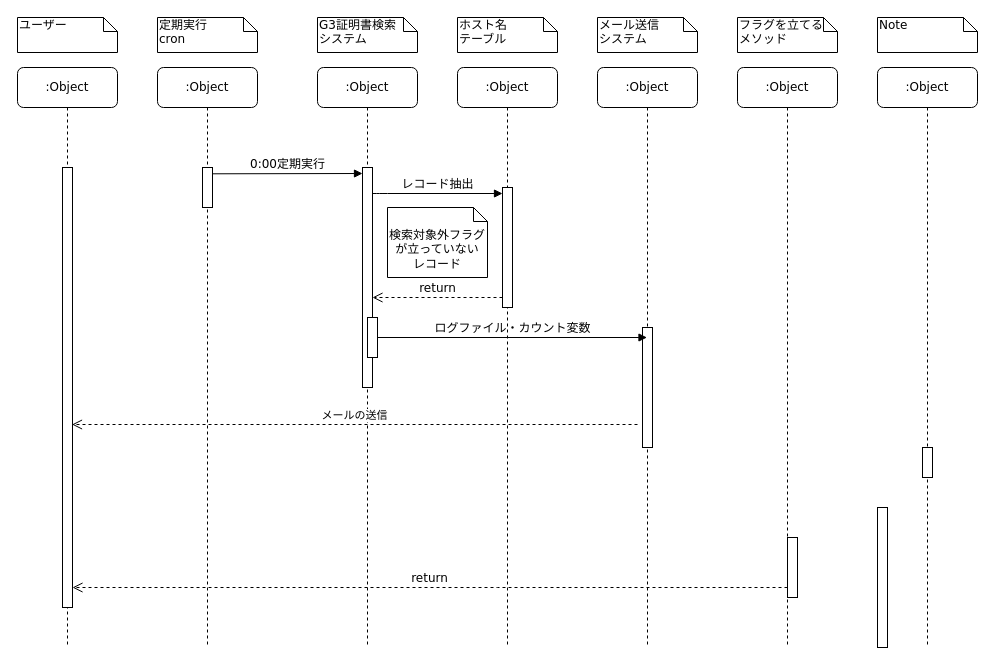
The draw.io diagram sequenceDiagram.drawio in r-asano/kaihatsubuKenshu, before the edit. Source tidied: cells renumbered, new cells numbered last; positions are measured from the earlier drawing's top-left corner, leaving out a move shared by most shapes. Both pictures are drawn from the tidied source at 100%, with x=0, y=0 at pixel (17, 17).
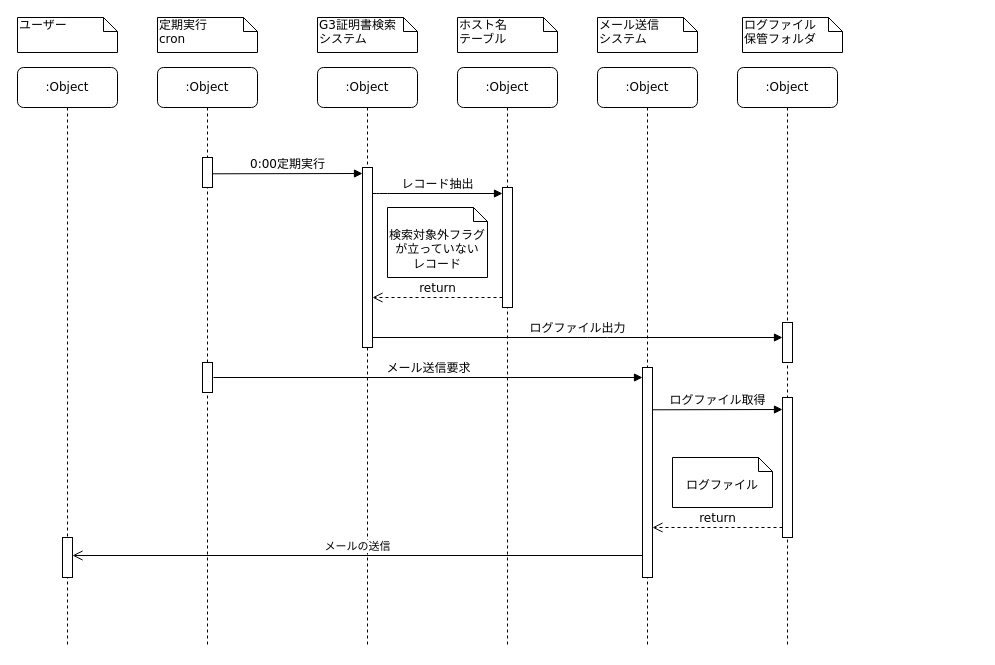
The same page after the edit.

The change refers to these unchanged cells:
```xml
<mxCell id="2" value=":Object" style="shape=umlLifeline;perimeter=lifelinePerimeter;whiteSpace=wrap;html=1;rounded=1;shadow=0;comic=0;labelBackgroundColor=none;strokeWidth=1;fontFamily=Verdana;fontSize=12;align=center;" parent="1" vertex="1">
  <mxGeometry x="140" y="50" width="100" height="580" as="geometry" />
</mxCell>
<mxCell id="4" value=":Object" style="shape=umlLifeline;perimeter=lifelinePerimeter;whiteSpace=wrap;html=1;rounded=1;shadow=0;comic=0;labelBackgroundColor=none;strokeWidth=1;fontFamily=Verdana;fontSize=12;align=center;" parent="1" vertex="1">
  <mxGeometry x="300" y="50" width="100" height="580" as="geometry" />
</mxCell>
<mxCell id="8" value=":Object" style="shape=umlLifeline;perimeter=lifelinePerimeter;whiteSpace=wrap;html=1;rounded=1;shadow=0;comic=0;labelBackgroundColor=none;strokeWidth=1;fontFamily=Verdana;fontSize=12;align=center;" parent="1" vertex="1">
  <mxGeometry x="720" y="50" width="100" height="580" as="geometry" />
</mxCell>
<mxCell id="10" value=":Object" style="shape=umlLifeline;perimeter=lifelinePerimeter;whiteSpace=wrap;html=1;rounded=1;shadow=0;comic=0;labelBackgroundColor=none;strokeWidth=1;fontFamily=Verdana;fontSize=12;align=center;" parent="1" vertex="1">
  <mxGeometry y="50" width="100" height="580" as="geometry" />
</mxCell>
```

Change to the diagram source:
```diff
@@
     <mxCell id="3" style="html=1;perimeter=orthogonalPerimeter;rounded=0;shadow=0;comic=0;labelBackgroundColor=none;strokeWidth=1;fontFamily=Verdana;fontSize=12;align=center;" parent="2" vertex="1">
-      <mxGeometry x="45" y="100" width="10" height="40" as="geometry" />
+      <mxGeometry x="45" y="90" width="10" height="30" as="geometry" />
     </mxCell>
+    <mxCell id="21" style="html=1;perimeter=orthogonalPerimeter;rounded=0;shadow=0;comic=0;labelBackgroundColor=none;strokeWidth=1;fontFamily=Verdana;fontSize=12;align=center;" parent="2" vertex="1">
+      <mxGeometry x="45" y="295" width="10" height="30" as="geometry" />
+    </mxCell>
@@
     <mxCell id="5" style="html=1;points=[];perimeter=orthogonalPerimeter;rounded=0;shadow=0;comic=0;labelBackgroundColor=none;strokeWidth=1;fontFamily=Verdana;fontSize=12;align=center;" parent="4" vertex="1">
-      <mxGeometry x="45" y="100" width="10" height="220" as="geometry" />
+      <mxGeometry x="45" y="100" width="10" height="180" as="geometry" />
     </mxCell>
@@
-    <mxCell id="9" value=":Object" style="shape=umlLifeline;perimeter=lifelinePerimeter;whiteSpace=wrap;html=1;rounded=1;shadow=0;comic=0;labelBackgroundColor=none;strokeWidth=1;fontFamily=Verdana;fontSize=12;align=center;" parent="1" vertex="1">
-      <mxGeometry x="860" y="50" width="100" height="580" as="geometry" />
-    </mxCell>
+    <mxCell id="32" style="html=1;points=[];perimeter=orthogonalPerimeter;rounded=0;shadow=0;comic=0;labelBackgroundColor=none;strokeWidth=1;fontFamily=Verdana;fontSize=12;align=center;" parent="8" vertex="1">
+      <mxGeometry x="45" y="255" width="10" height="40" as="geometry" />
+    </mxCell>
+    <mxCell id="33" style="html=1;points=[];perimeter=orthogonalPerimeter;rounded=0;shadow=0;comic=0;labelBackgroundColor=none;strokeWidth=1;fontFamily=Verdana;fontSize=12;align=center;" parent="8" vertex="1">
+      <mxGeometry x="45" y="330" width="10" height="140" as="geometry" />
+    </mxCell>
@@
     <mxCell id="11" style="html=1;points=[];perimeter=orthogonalPerimeter;rounded=0;shadow=0;comic=0;labelBackgroundColor=none;strokeWidth=1;fontFamily=Verdana;fontSize=12;align=center;" parent="10" vertex="1">
-      <mxGeometry x="45" y="100" width="10" height="440" as="geometry" />
+      <mxGeometry x="45" y="470" width="10" height="40" as="geometry" />
     </mxCell>
@@
     <mxCell id="14" style="html=1;points=[];perimeter=orthogonalPerimeter;rounded=0;shadow=0;comic=0;labelBackgroundColor=none;strokeWidth=1;fontFamily=Verdana;fontSize=12;align=center;" parent="1" vertex="1">
-      <mxGeometry x="625" y="310" width="10" height="120" as="geometry" />
+      <mxGeometry x="625" y="350" width="10" height="210" as="geometry" />
     </mxCell>
@@
-    <mxCell id="16" style="html=1;perimeter=orthogonalPerimeter;rounded=0;shadow=0;comic=0;labelBackgroundColor=none;strokeWidth=1;fontFamily=Verdana;fontSize=12;align=center;" parent="1" vertex="1">
-      <mxGeometry x="860" y="490" width="10" height="140" as="geometry" />
-    </mxCell>
-    <mxCell id="17" style="html=1;perimeter=orthogonalPerimeter;rounded=0;shadow=0;comic=0;labelBackgroundColor=none;strokeColor=#000000;strokeWidth=1;fillColor=#FFFFFF;fontFamily=Verdana;fontSize=12;fontColor=#000000;align=center;" parent="1" vertex="1">
-      <mxGeometry x="905" y="430" width="10" height="30" as="geometry" />
-    </mxCell>
-    <mxCell id="18" style="html=1;points=[];perimeter=orthogonalPerimeter;rounded=0;shadow=0;comic=0;labelBackgroundColor=none;strokeWidth=1;fontFamily=Verdana;fontSize=12;align=center;" parent="1" vertex="1">
-      <mxGeometry x="770" y="520" width="10" height="60" as="geometry" />
-    </mxCell>
-    <mxCell id="19" value="return" style="html=1;verticalAlign=bottom;endArrow=open;dashed=1;endSize=8;labelBackgroundColor=none;fontFamily=Verdana;fontSize=12;edgeStyle=elbowEdgeStyle;elbow=vertical;" parent="1" edge="1" source="18" target="11">
-      <mxGeometry relative="1" as="geometry">
-        <Array as="points">
-          <mxPoint x="470" y="570" />
-        </Array>
-      </mxGeometry>
-    </mxCell>
@@
-    <mxCell id="21" style="html=1;perimeter=orthogonalPerimeter;rounded=0;shadow=0;comic=0;labelBackgroundColor=none;strokeWidth=1;fontFamily=Verdana;fontSize=12;align=center;" parent="1" vertex="1">
-      <mxGeometry x="350" y="300" width="10" height="40" as="geometry" />
-    </mxCell>
@@
-    <mxCell id="27" value="&lt;div&gt;フラグを立てる&lt;br&gt;メソッド&lt;br&gt;&lt;/div&gt;" style="shape=note;whiteSpace=wrap;html=1;size=14;verticalAlign=top;align=left;spacingTop=-6;rounded=0;shadow=0;comic=0;labelBackgroundColor=none;strokeWidth=1;fontFamily=Verdana;fontSize=12;" parent="1" vertex="1">
-      <mxGeometry x="720" width="100" height="35" as="geometry" />
+    <mxCell id="27" value="ログファイル&lt;br&gt;保管フォルダ" style="shape=note;whiteSpace=wrap;html=1;size=14;verticalAlign=top;align=left;spacingTop=-6;rounded=0;shadow=0;comic=0;labelBackgroundColor=none;strokeWidth=1;fontFamily=Verdana;fontSize=12;" parent="1" vertex="1">
+      <mxGeometry x="725" width="100" height="35" as="geometry" />
     </mxCell>
-    <mxCell id="28" value="Note" style="shape=note;whiteSpace=wrap;html=1;size=14;verticalAlign=top;align=left;spacingTop=-6;rounded=0;shadow=0;comic=0;labelBackgroundColor=none;strokeWidth=1;fontFamily=Verdana;fontSize=12;" parent="1" vertex="1">
-      <mxGeometry x="860" width="100" height="35" as="geometry" />
-    </mxCell>
@@
-    <mxCell id="30" value="ログファイル・カウント変数" style="html=1;verticalAlign=bottom;endArrow=block;labelBackgroundColor=none;fontFamily=Verdana;fontSize=12;edgeStyle=elbowEdgeStyle;elbow=vertical;" parent="1" edge="1">
+    <mxCell id="30" value="メール送信要求" style="html=1;verticalAlign=bottom;endArrow=block;labelBackgroundColor=none;fontFamily=Verdana;fontSize=12;edgeStyle=elbowEdgeStyle;elbow=vertical;" parent="1" edge="1" target="14">
       <mxGeometry relative="1" as="geometry">
-        <mxPoint x="360" y="320" as="sourcePoint" />
-        <mxPoint x="629.5" y="320.3" as="targetPoint" />
+        <mxPoint x="196" y="360" as="sourcePoint" />
       </mxGeometry>
     </mxCell>
-    <mxCell id="31" value="メールの送信" style="html=1;verticalAlign=bottom;endArrow=open;dashed=1;endSize=8;" parent="1" edge="1">
+    <mxCell id="31" value="メールの送信" style="html=1;verticalAlign=bottom;endArrow=open;endSize=8;" parent="1" edge="1" target="11">
       <mxGeometry relative="1" as="geometry">
-        <mxPoint x="620" y="407" as="sourcePoint" />
-        <mxPoint x="54.5" y="407" as="targetPoint" />
+        <mxPoint x="625" y="538" as="sourcePoint" />
       </mxGeometry>
     </mxCell>
+    <mxCell id="34" value="ログファイル出力" style="html=1;verticalAlign=bottom;endArrow=block;labelBackgroundColor=none;fontFamily=Verdana;fontSize=12;edgeStyle=elbowEdgeStyle;elbow=vertical;" parent="1" edge="1" source="5" target="32">
+      <mxGeometry relative="1" as="geometry">
+        <Array as="points">
+          <mxPoint x="580" y="320" />
+        </Array>
+      </mxGeometry>
+    </mxCell>
+    <mxCell id="35" value="ログファイル取得" style="html=1;verticalAlign=bottom;endArrow=block;labelBackgroundColor=none;fontFamily=Verdana;fontSize=12;edgeStyle=elbowEdgeStyle;elbow=vertical;" parent="1" edge="1">
+      <mxGeometry relative="1" as="geometry">
+        <mxPoint x="635" y="392.3" as="sourcePoint" />
+        <mxPoint x="765" y="392.3" as="targetPoint" />
+      </mxGeometry>
+    </mxCell>
+    <mxCell id="19" value="return" style="html=1;verticalAlign=bottom;endArrow=open;dashed=1;endSize=8;labelBackgroundColor=none;fontFamily=Verdana;fontSize=12;edgeStyle=elbowEdgeStyle;elbow=vertical;" parent="1" edge="1" source="33" target="14">
+      <mxGeometry relative="1" as="geometry">
+        <Array as="points">
+          <mxPoint x="715" y="510" />
+          <mxPoint x="715" y="500" />
+          <mxPoint x="745" y="500" />
+        </Array>
+      </mxGeometry>
+    </mxCell>
+    <mxCell id="36" value="ログファイル" style="shape=note2;boundedLbl=1;whiteSpace=wrap;html=1;size=14;verticalAlign=top;align=center;" parent="1" vertex="1">
+      <mxGeometry x="655" y="440" width="100" height="50" as="geometry" />
+    </mxCell>
```
